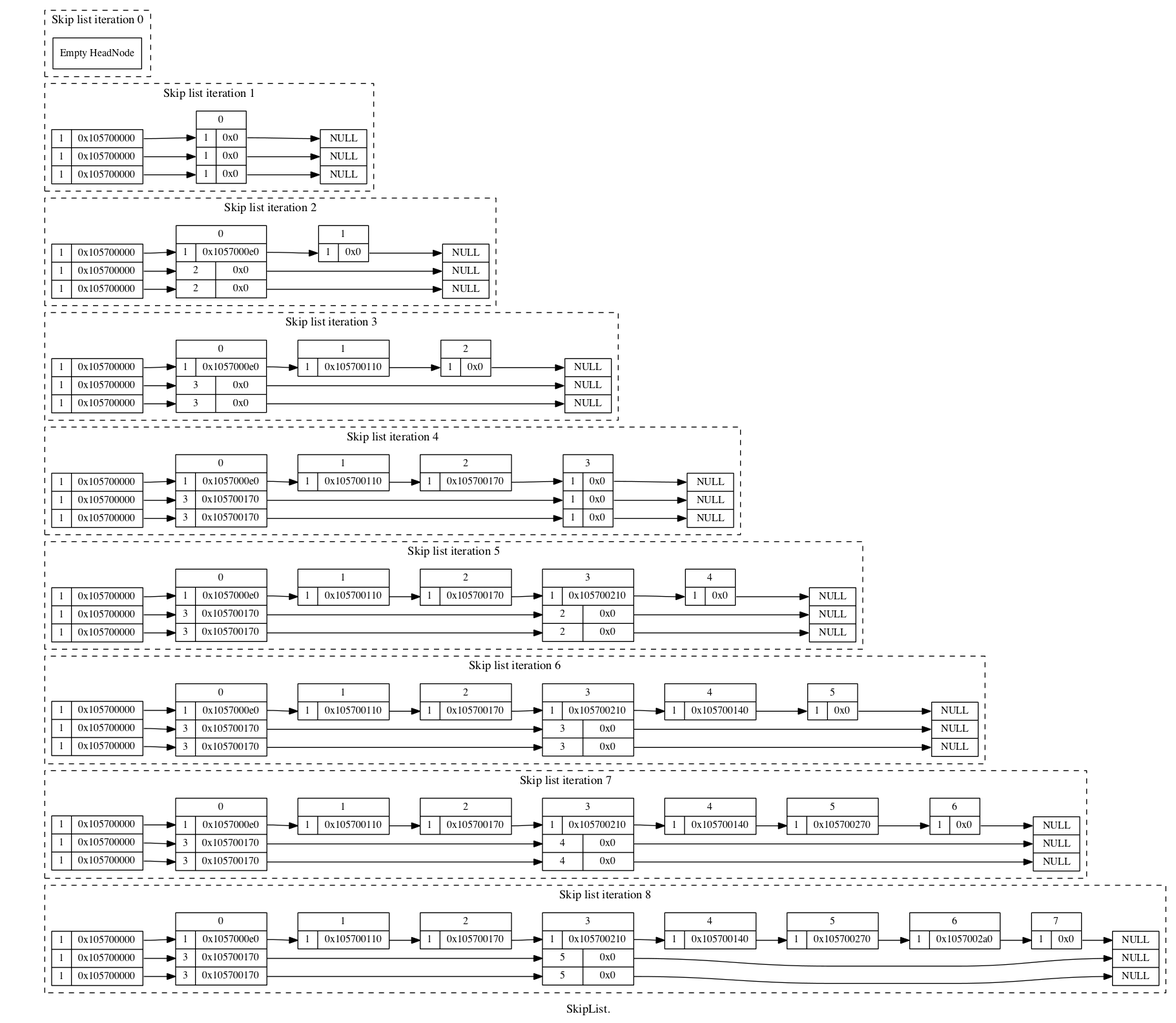
This is doc/skiplist_visualisation/dot/doc_insert_25_percent.png from paulross/skiplist, a Graphviz export, as it was before one commit. Its source is kept beside it as doc/skiplist_visualisation/dot/doc_insert_25_percent.dot.
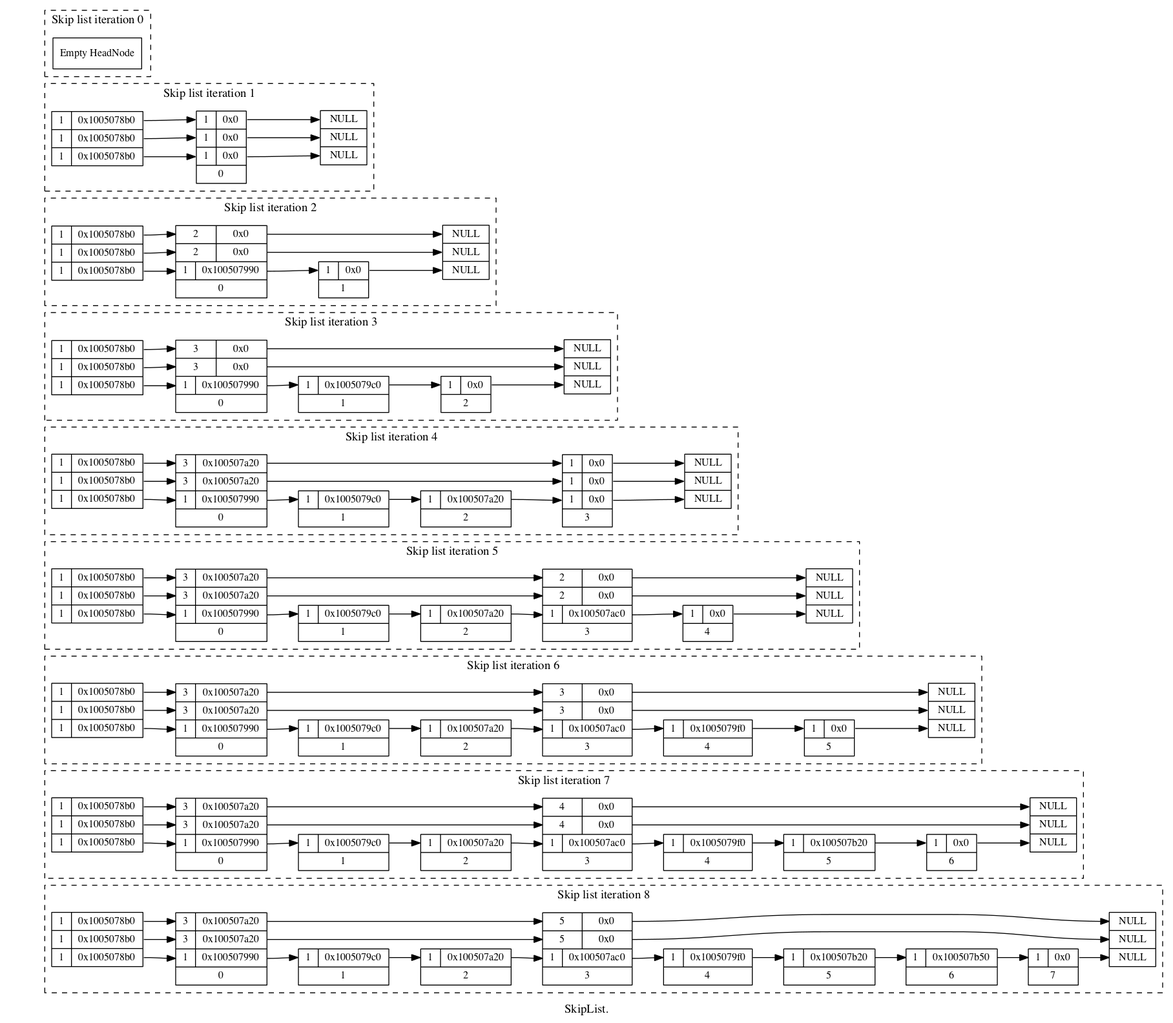
After the change.

Diff of the diagram source:
```diff
@@ -7,320 +7,347 @@
 subgraph cluster0 {
 style=dashed
 label="Skip list iteration 0"
+
 "HeadNode0" [
 label = "Empty HeadNode"
 shape = "record"
 ];
+
+
 }
 
 subgraph cluster1 {
 style=dashed
 label="Skip list iteration 1"
+
 "HeadNode1" [
-label = "{ 1 | <f0> 0x105700000} | { 1 | <f1> 0x105700000} | { 1 | <f2> 0x105700000}"
+label = "{ 1 | <f3> 0x1005078b0} | { 1 | <f2> 0x1005078b0} | { 1 | <f1> 0x1005078b0}"
 shape = "record"
 ];
-"node10x0" [label = "<w1> NULL | <w2> NULL | <w3> NULL" shape = "record"];
-"HeadNode1":f0 -> "node10x105700000":w1 [];
-"HeadNode1":f1 -> "node10x105700000":w2 [];
-"HeadNode1":f2 -> "node10x105700000":w3 [];
-"node10x105700000" [
-label = "<f0> 0 | { <w1> 1 | <f1> 0x0 } | { <w2> 1 | <f2> 0x0 } | { <w3> 1 | <f3> 0x0 }"
+"HeadNode1":f1 -> "node10x1005078b0":w1 [];
+"HeadNode1":f2 -> "node10x1005078b0":w2 [];
+"HeadNode1":f3 -> "node10x1005078b0":w3 [];
+
+"node10x1005078b0" [
+label = " { <w3> 1 | <f3> 0x0 } | { <w2> 1 | <f2> 0x0 } | { <w1> 1 | <f1> 0x0 } | <f0> 0"
 shape = "record"
 ];
-"node10x105700000":f1 -> "node10x0":w1 [];
-"node10x105700000":f2 -> "node10x0":w2 [];
-"node10x105700000":f3 -> "node10x0":w3 [];
+"node10x1005078b0":f1 -> "node10x0":w1 [];
+"node10x1005078b0":f2 -> "node10x0":w2 [];
+"node10x1005078b0":f3 -> "node10x0":w3 [];
+
+"node10x0" [label = "<w3> NULL | <w2> NULL | <w1> NULL" shape = "record"];
 }
 
 subgraph cluster2 {
 style=dashed
 label="Skip list iteration 2"
+
 "HeadNode2" [
-label = "{ 1 | <f0> 0x105700000} | { 1 | <f1> 0x105700000} | { 1 | <f2> 0x105700000}"
+label = "{ 1 | <f3> 0x1005078b0} | { 1 | <f2> 0x1005078b0} | { 1 | <f1> 0x1005078b0}"
 shape = "record"
 ];
-"node20x0" [label = "<w1> NULL | <w2> NULL | <w3> NULL" shape = "record"];
-"HeadNode2":f0 -> "node20x105700000":w1 [];
-"HeadNode2":f1 -> "node20x105700000":w2 [];
-"HeadNode2":f2 -> "node20x105700000":w3 [];
-"node20x105700000" [
-label = "<f0> 0 | { <w1> 1 | <f1> 0x1057000e0 } | { <w2> 2 | <f2> 0x0 } | { <w3> 2 | <f3> 0x0 }"
+"HeadNode2":f1 -> "node20x1005078b0":w1 [];
+"HeadNode2":f2 -> "node20x1005078b0":w2 [];
+"HeadNode2":f3 -> "node20x1005078b0":w3 [];
+
+"node20x1005078b0" [
+label = " { <w3> 2 | <f3> 0x0 } | { <w2> 2 | <f2> 0x0 } | { <w1> 1 | <f1> 0x100507990 } | <f0> 0"
 shape = "record"
 ];
-"node20x105700000":f1 -> "node20x1057000e0":w1 [];
-"node20x105700000":f2 -> "node20x0":w2 [];
-"node20x105700000":f3 -> "node20x0":w3 [];
-"node20x1057000e0" [
-label = "<f0> 1 | { <w1> 1 | <f1> 0x0 }"
+"node20x1005078b0":f1 -> "node20x100507990":w1 [];
+"node20x1005078b0":f2 -> "node20x0":w2 [];
+"node20x1005078b0":f3 -> "node20x0":w3 [];
+"node20x100507990" [
+label = " { <w1> 1 | <f1> 0x0 } | <f0> 1"
 shape = "record"
 ];
-"node20x1057000e0":f1 -> "node20x0":w1 [];
+"node20x100507990":f1 -> "node20x0":w1 [];
+
+"node20x0" [label = "<w3> NULL | <w2> NULL | <w1> NULL" shape = "record"];
 }
 
 subgraph cluster3 {
 style=dashed
 label="Skip list iteration 3"
+
 "HeadNode3" [
-label = "{ 1 | <f0> 0x105700000} | { 1 | <f1> 0x105700000} | { 1 | <f2> 0x105700000}"
+label = "{ 1 | <f3> 0x1005078b0} | { 1 | <f2> 0x1005078b0} | { 1 | <f1> 0x1005078b0}"
 shape = "record"
 ];
-"node30x0" [label = "<w1> NULL | <w2> NULL | <w3> NULL" shape = "record"];
-"HeadNode3":f0 -> "node30x105700000":w1 [];
-"HeadNode3":f1 -> "node30x105700000":w2 [];
-"HeadNode3":f2 -> "node30x105700000":w3 [];
-"node30x105700000" [
-label = "<f0> 0 | { <w1> 1 | <f1> 0x1057000e0 } | { <w2> 3 | <f2> 0x0 } | { <w3> 3 | <f3> 0x0 }"
+"HeadNode3":f1 -> "node30x1005078b0":w1 [];
+"HeadNode3":f2 -> "node30x1005078b0":w2 [];
+"HeadNode3":f3 -> "node30x1005078b0":w3 [];
+
+"node30x1005078b0" [
+label = " { <w3> 3 | <f3> 0x0 } | { <w2> 3 | <f2> 0x0 } | { <w1> 1 | <f1> 0x100507990 } | <f0> 0"
 shape = "record"
 ];
-"node30x105700000":f1 -> "node30x1057000e0":w1 [];
-"node30x105700000":f2 -> "node30x0":w2 [];
-"node30x105700000":f3 -> "node30x0":w3 [];
-"node30x1057000e0" [
-label = "<f0> 1 | { <w1> 1 | <f1> 0x105700110 }"
+"node30x1005078b0":f1 -> "node30x100507990":w1 [];
+"node30x1005078b0":f2 -> "node30x0":w2 [];
+"node30x1005078b0":f3 -> "node30x0":w3 [];
+"node30x100507990" [
+label = " { <w1> 1 | <f1> 0x1005079c0 } | <f0> 1"
 shape = "record"
 ];
-"node30x1057000e0":f1 -> "node30x105700110":w1 [];
-"node30x105700110" [
-label = "<f0> 2 | { <w1> 1 | <f1> 0x0 }"
+"node30x100507990":f1 -> "node30x1005079c0":w1 [];
+"node30x1005079c0" [
+label = " { <w1> 1 | <f1> 0x0 } | <f0> 2"
 shape = "record"
 ];
-"node30x105700110":f1 -> "node30x0":w1 [];
+"node30x1005079c0":f1 -> "node30x0":w1 [];
+
+"node30x0" [label = "<w3> NULL | <w2> NULL | <w1> NULL" shape = "record"];
 }
 
 subgraph cluster4 {
 style=dashed
 label="Skip list iteration 4"
+
 "HeadNode4" [
-label = "{ 1 | <f0> 0x105700000} | { 1 | <f1> 0x105700000} | { 1 | <f2> 0x105700000}"
+label = "{ 1 | <f3> 0x1005078b0} | { 1 | <f2> 0x1005078b0} | { 1 | <f1> 0x1005078b0}"
 shape = "record"
 ];
-"node40x0" [label = "<w1> NULL | <w2> NULL | <w3> NULL" shape = "record"];
-"HeadNode4":f0 -> "node40x105700000":w1 [];
-"HeadNode4":f1 -> "node40x105700000":w2 [];
-"HeadNode4":f2 -> "node40x105700000":w3 [];
-"node40x105700000" [
-label = "<f0> 0 | { <w1> 1 | <f1> 0x1057000e0 } | { <w2> 3 | <f2> 0x105700170 } | { <w3> 3 | <f3> 0x105700170 }"
+"HeadNode4":f1 -> "node40x1005078b0":w1 [];
+"HeadNode4":f2 -> "node40x1005078b0":w2 [];
+"HeadNode4":f3 -> "node40x1005078b0":w3 [];
+
+"node40x1005078b0" [
+label = " { <w3> 3 | <f3> 0x100507a20 } | { <w2> 3 | <f2> 0x100507a20 } | { <w1> 1 | <f1> 0x100507990 } | <f0> 0"
 shape = "record"
 ];
-"node40x105700000":f1 -> "node40x1057000e0":w1 [];
-"node40x105700000":f2 -> "node40x105700170":w2 [];
-"node40x105700000":f3 -> "node40x105700170":w3 [];
-"node40x1057000e0" [
-label = "<f0> 1 | { <w1> 1 | <f1> 0x105700110 }"
+"node40x1005078b0":f1 -> "node40x100507990":w1 [];
+"node40x1005078b0":f2 -> "node40x100507a20":w2 [];
+"node40x1005078b0":f3 -> "node40x100507a20":w3 [];
+"node40x100507990" [
+label = " { <w1> 1 | <f1> 0x1005079c0 } | <f0> 1"
 shape = "record"
 ];
-"node40x1057000e0":f1 -> "node40x105700110":w1 [];
-"node40x105700110" [
-label = "<f0> 2 | { <w1> 1 | <f1> 0x105700170 }"
+"node40x100507990":f1 -> "node40x1005079c0":w1 [];
+"node40x1005079c0" [
+label = " { <w1> 1 | <f1> 0x100507a20 } | <f0> 2"
 shape = "record"
 ];
-"node40x105700110":f1 -> "node40x105700170":w1 [];
-"node40x105700170" [
-label = "<f0> 3 | { <w1> 1 | <f1> 0x0 } | { <w2> 1 | <f2> 0x0 } | { <w3> 1 | <f3> 0x0 }"
+"node40x1005079c0":f1 -> "node40x100507a20":w1 [];
+"node40x100507a20" [
+label = " { <w3> 1 | <f3> 0x0 } | { <w2> 1 | <f2> 0x0 } | { <w1> 1 | <f1> 0x0 } | <f0> 3"
 shape = "record"
 ];
-"node40x105700170":f1 -> "node40x0":w1 [];
-"node40x105700170":f2 -> "node40x0":w2 [];
-"node40x105700170":f3 -> "node40x0":w3 [];
+"node40x100507a20":f1 -> "node40x0":w1 [];
+"node40x100507a20":f2 -> "node40x0":w2 [];
+"node40x100507a20":f3 -> "node40x0":w3 [];
+
+"node40x0" [label = "<w3> NULL | <w2> NULL | <w1> NULL" shape = "record"];
 }
 
 subgraph cluster5 {
 style=dashed
 label="Skip list iteration 5"
+
 "HeadNode5" [
-label = "{ 1 | <f0> 0x105700000} | { 1 | <f1> 0x105700000} | { 1 | <f2> 0x105700000}"
+label = "{ 1 | <f3> 0x1005078b0} | { 1 | <f2> 0x1005078b0} | { 1 | <f1> 0x1005078b0}"
 shape = "record"
 ];
-"node50x0" [label = "<w1> NULL | <w2> NULL | <w3> NULL" shape = "record"];
-"HeadNode5":f0 -> "node50x105700000":w1 [];
-"HeadNode5":f1 -> "node50x105700000":w2 [];
-"HeadNode5":f2 -> "node50x105700000":w3 [];
-"node50x105700000" [
-label = "<f0> 0 | { <w1> 1 | <f1> 0x1057000e0 } | { <w2> 3 | <f2> 0x105700170 } | { <w3> 3 | <f3> 0x105700170 }"
+"HeadNode5":f1 -> "node50x1005078b0":w1 [];
+"HeadNode5":f2 -> "node50x1005078b0":w2 [];
+"HeadNode5":f3 -> "node50x1005078b0":w3 [];
+
+"node50x1005078b0" [
+label = " { <w3> 3 | <f3> 0x100507a20 } | { <w2> 3 | <f2> 0x100507a20 } | { <w1> 1 | <f1> 0x100507990 } | <f0> 0"
 shape = "record"
 ];
-"node50x105700000":f1 -> "node50x1057000e0":w1 [];
-"node50x105700000":f2 -> "node50x105700170":w2 [];
-"node50x105700000":f3 -> "node50x105700170":w3 [];
-"node50x1057000e0" [
-label = "<f0> 1 | { <w1> 1 | <f1> 0x105700110 }"
+"node50x1005078b0":f1 -> "node50x100507990":w1 [];
+"node50x1005078b0":f2 -> "node50x100507a20":w2 [];
+"node50x1005078b0":f3 -> "node50x100507a20":w3 [];
+"node50x100507990" [
+label = " { <w1> 1 | <f1> 0x1005079c0 } | <f0> 1"
 shape = "record"
 ];
-"node50x1057000e0":f1 -> "node50x105700110":w1 [];
-"node50x105700110" [
-label = "<f0> 2 | { <w1> 1 | <f1> 0x105700170 }"
+"node50x100507990":f1 -> "node50x1005079c0":w1 [];
+"node50x1005079c0" [
+label = " { <w1> 1 | <f1> 0x100507a20 } | <f0> 2"
 shape = "record"
 ];
-"node50x105700110":f1 -> "node50x105700170":w1 [];
-"node50x105700170" [
-label = "<f0> 3 | { <w1> 1 | <f1> 0x105700210 } | { <w2> 2 | <f2> 0x0 } | { <w3> 2 | <f3> 0x0 }"
+"node50x1005079c0":f1 -> "node50x100507a20":w1 [];
+"node50x100507a20" [
+label = " { <w3> 2 | <f3> 0x0 } | { <w2> 2 | <f2> 0x0 } | { <w1> 1 | <f1> 0x100507ac0 } | <f0> 3"
 shape = "record"
 ];
-"node50x105700170":f1 -> "node50x105700210":w1 [];
-"node50x105700170":f2 -> "node50x0":w2 [];
-"node50x105700170":f3 -> "node50x0":w3 [];
-"node50x105700210" [
-label = "<f0> 4 | { <w1> 1 | <f1> 0x0 }"
+"node50x100507a20":f1 -> "node50x100507ac0":w1 [];
+"node50x100507a20":f2 -> "node50x0":w2 [];
+"node50x100507a20":f3 -> "node50x0":w3 [];
+"node50x100507ac0" [
+label = " { <w1> 1 | <f1> 0x0 } | <f0> 4"
 shape = "record"
 ];
-"node50x105700210":f1 -> "node50x0":w1 [];
+"node50x100507ac0":f1 -> "node50x0":w1 [];
+
+"node50x0" [label = "<w3> NULL | <w2> NULL | <w1> NULL" shape = "record"];
 }
 
 subgraph cluster6 {
 style=dashed
 label="Skip list iteration 6"
+
 "HeadNode6" [
-label = "{ 1 | <f0> 0x105700000} | { 1 | <f1> 0x105700000} | { 1 | <f2> 0x105700000}"
+label = "{ 1 | <f3> 0x1005078b0} | { 1 | <f2> 0x1005078b0} | { 1 | <f1> 0x1005078b0}"
 shape = "record"
 ];
-"node60x0" [label = "<w1> NULL | <w2> NULL | <w3> NULL" shape = "record"];
-"HeadNode6":f0 -> "node60x105700000":w1 [];
-"HeadNode6":f1 -> "node60x105700000":w2 [];
-"HeadNode6":f2 -> "node60x105700000":w3 [];
-"node60x105700000" [
-label = "<f0> 0 | { <w1> 1 | <f1> 0x1057000e0 } | { <w2> 3 | <f2> 0x105700170 } | { <w3> 3 | <f3> 0x105700170 }"
+"HeadNode6":f1 -> "node60x1005078b0":w1 [];
+"HeadNode6":f2 -> "node60x1005078b0":w2 [];
+"HeadNode6":f3 -> "node60x1005078b0":w3 [];
+
+"node60x1005078b0" [
+label = " { <w3> 3 | <f3> 0x100507a20 } | { <w2> 3 | <f2> 0x100507a20 } | { <w1> 1 | <f1> 0x100507990 } | <f0> 0"
 shape = "record"
 ];
-"node60x105700000":f1 -> "node60x1057000e0":w1 [];
-"node60x105700000":f2 -> "node60x105700170":w2 [];
-"node60x105700000":f3 -> "node60x105700170":w3 [];
-"node60x1057000e0" [
-label = "<f0> 1 | { <w1> 1 | <f1> 0x105700110 }"
+"node60x1005078b0":f1 -> "node60x100507990":w1 [];
+"node60x1005078b0":f2 -> "node60x100507a20":w2 [];
+"node60x1005078b0":f3 -> "node60x100507a20":w3 [];
+"node60x100507990" [
+label = " { <w1> 1 | <f1> 0x1005079c0 } | <f0> 1"
 shape = "record"
 ];
-"node60x1057000e0":f1 -> "node60x105700110":w1 [];
-"node60x105700110" [
-label = "<f0> 2 | { <w1> 1 | <f1> 0x105700170 }"
+"node60x100507990":f1 -> "node60x1005079c0":w1 [];
+"node60x1005079c0" [
+label = " { <w1> 1 | <f1> 0x100507a20 } | <f0> 2"
 shape = "record"
 ];
-"node60x105700110":f1 -> "node60x105700170":w1 [];
-"node60x105700170" [
-label = "<f0> 3 | { <w1> 1 | <f1> 0x105700210 } | { <w2> 3 | <f2> 0x0 } | { <w3> 3 | <f3> 0x0 }"
+"node60x1005079c0":f1 -> "node60x100507a20":w1 [];
+"node60x100507a20" [
+label = " { <w3> 3 | <f3> 0x0 } | { <w2> 3 | <f2> 0x0 } | { <w1> 1 | <f1> 0x100507ac0 } | <f0> 3"
 shape = "record"
 ];
-"node60x105700170":f1 -> "node60x105700210":w1 [];
-"node60x105700170":f2 -> "node60x0":w2 [];
-"node60x105700170":f3 -> "node60x0":w3 [];
-"node60x105700210" [
-label = "<f0> 4 | { <w1> 1 | <f1> 0x105700140 }"
+"node60x100507a20":f1 -> "node60x100507ac0":w1 [];
+"node60x100507a20":f2 -> "node60x0":w2 [];
+"node60x100507a20":f3 -> "node60x0":w3 [];
+"node60x100507ac0" [
+label = " { <w1> 1 | <f1> 0x1005079f0 } | <f0> 4"
 shape = "record"
 ];
-"node60x105700210":f1 -> "node60x105700140":w1 [];
-"node60x105700140" [
-label = "<f0> 5 | { <w1> 1 | <f1> 0x0 }"
+"node60x100507ac0":f1 -> "node60x1005079f0":w1 [];
+"node60x1005079f0" [
+label = " { <w1> 1 | <f1> 0x0 } | <f0> 5"
 shape = "record"
 ];
-"node60x105700140":f1 -> "node60x0":w1 [];
+"node60x1005079f0":f1 -> "node60x0":w1 [];
+
+"node60x0" [label = "<w3> NULL | <w2> NULL | <w1> NULL" shape = "record"];
 }
 
 subgraph cluster7 {
 style=dashed
 label="Skip list iteration 7"
+
 "HeadNode7" [
-label = "{ 1 | <f0> 0x105700000} | { 1 | <f1> 0x105700000} | { 1 | <f2> 0x105700000}"
+label = "{ 1 | <f3> 0x1005078b0} | { 1 | <f2> 0x1005078b0} | { 1 | <f1> 0x1005078b0}"
 shape = "record"
 ];
-"node70x0" [label = "<w1> NULL | <w2> NULL | <w3> NULL" shape = "record"];
-"HeadNode7":f0 -> "node70x105700000":w1 [];
-"HeadNode7":f1 -> "node70x105700000":w2 [];
-"HeadNode7":f2 -> "node70x105700000":w3 [];
-"node70x105700000" [
-label = "<f0> 0 | { <w1> 1 | <f1> 0x1057000e0 } | { <w2> 3 | <f2> 0x105700170 } | { <w3> 3 | <f3> 0x105700170 }"
+"HeadNode7":f1 -> "node70x1005078b0":w1 [];
+"HeadNode7":f2 -> "node70x1005078b0":w2 [];
+"HeadNode7":f3 -> "node70x1005078b0":w3 [];
+
+"node70x1005078b0" [
+label = " { <w3> 3 | <f3> 0x100507a20 } | { <w2> 3 | <f2> 0x100507a20 } | { <w1> 1 | <f1> 0x100507990 } | <f0> 0"
 shape = "record"
 ];
-"node70x105700000":f1 -> "node70x1057000e0":w1 [];
-"node70x105700000":f2 -> "node70x105700170":w2 [];
-"node70x105700000":f3 -> "node70x105700170":w3 [];
-"node70x1057000e0" [
-label = "<f0> 1 | { <w1> 1 | <f1> 0x105700110 }"
+"node70x1005078b0":f1 -> "node70x100507990":w1 [];
+"node70x1005078b0":f2 -> "node70x100507a20":w2 [];
+"node70x1005078b0":f3 -> "node70x100507a20":w3 [];
+"node70x100507990" [
+label = " { <w1> 1 | <f1> 0x1005079c0 } | <f0> 1"
 shape = "record"
 ];
-"node70x1057000e0":f1 -> "node70x105700110":w1 [];
-"node70x105700110" [
-label = "<f0> 2 | { <w1> 1 | <f1> 0x105700170 }"
+"node70x100507990":f1 -> "node70x1005079c0":w1 [];
+"node70x1005079c0" [
+label = " { <w1> 1 | <f1> 0x100507a20 } | <f0> 2"
 shape = "record"
 ];
-"node70x105700110":f1 -> "node70x105700170":w1 [];
-"node70x105700170" [
-label = "<f0> 3 | { <w1> 1 | <f1> 0x105700210 } | { <w2> 4 | <f2> 0x0 } | { <w3> 4 | <f3> 0x0 }"
+"node70x1005079c0":f1 -> "node70x100507a20":w1 [];
+"node70x100507a20" [
+label = " { <w3> 4 | <f3> 0x0 } | { <w2> 4 | <f2> 0x0 } | { <w1> 1 | <f1> 0x100507ac0 } | <f0> 3"
 shape = "record"
 ];
-"node70x105700170":f1 -> "node70x105700210":w1 [];
-"node70x105700170":f2 -> "node70x0":w2 [];
-"node70x105700170":f3 -> "node70x0":w3 [];
-"node70x105700210" [
-label = "<f0> 4 | { <w1> 1 | <f1> 0x105700140 }"
+"node70x100507a20":f1 -> "node70x100507ac0":w1 [];
+"node70x100507a20":f2 -> "node70x0":w2 [];
+"node70x100507a20":f3 -> "node70x0":w3 [];
+"node70x100507ac0" [
+label = " { <w1> 1 | <f1> 0x1005079f0 } | <f0> 4"
 shape = "record"
 ];
-"node70x105700210":f1 -> "node70x105700140":w1 [];
-"node70x105700140" [
-label = "<f0> 5 | { <w1> 1 | <f1> 0x105700270 }"
+"node70x100507ac0":f1 -> "node70x1005079f0":w1 [];
+"node70x1005079f0" [
+label = " { <w1> 1 | <f1> 0x100507b20 } | <f0> 5"
 shape = "record"
 ];
-"node70x105700140":f1 -> "node70x105700270":w1 [];
-"node70x105700270" [
-label = "<f0> 6 | { <w1> 1 | <f1> 0x0 }"
+"node70x1005079f0":f1 -> "node70x100507b20":w1 [];
+"node70x100507b20" [
+label = " { <w1> 1 | <f1> 0x0 } | <f0> 6"
 shape = "record"
 ];
-"node70x105700270":f1 -> "node70x0":w1 [];
+"node70x100507b20":f1 -> "node70x0":w1 [];
+
+"node70x0" [label = "<w3> NULL | <w2> NULL | <w1> NULL" shape = "record"];
 }
 
 subgraph cluster8 {
 style=dashed
 label="Skip list iteration 8"
+
 "HeadNode8" [
-label = "{ 1 | <f0> 0x105700000} | { 1 | <f1> 0x105700000} | { 1 | <f2> 0x105700000}"
+label = "{ 1 | <f3> 0x1005078b0} | { 1 | <f2> 0x1005078b0} | { 1 | <f1> 0x1005078b0}"
 shape = "record"
 ];
-"node80x0" [label = "<w1> NULL | <w2> NULL | <w3> NULL" shape = "record"];
-"HeadNode8":f0 -> "node80x105700000":w1 [];
-"HeadNode8":f1 -> "node80x105700000":w2 [];
-"HeadNode8":f2 -> "node80x105700000":w3 [];
-"node80x105700000" [
-label = "<f0> 0 | { <w1> 1 | <f1> 0x1057000e0 } | { <w2> 3 | <f2> 0x105700170 } | { <w3> 3 | <f3> 0x105700170 }"
+"HeadNode8":f1 -> "node80x1005078b0":w1 [];
+"HeadNode8":f2 -> "node80x1005078b0":w2 [];
+"HeadNode8":f3 -> "node80x1005078b0":w3 [];
+
+"node80x1005078b0" [
+label = " { <w3> 3 | <f3> 0x100507a20 } | { <w2> 3 | <f2> 0x100507a20 } | { <w1> 1 | <f1> 0x100507990 } | <f0> 0"
 shape = "record"
 ];
-"node80x105700000":f1 -> "node80x1057000e0":w1 [];
-"node80x105700000":f2 -> "node80x105700170":w2 [];
-"node80x105700000":f3 -> "node80x105700170":w3 [];
-"node80x1057000e0" [
-label = "<f0> 1 | { <w1> 1 | <f1> 0x105700110 }"
+"node80x1005078b0":f1 -> "node80x100507990":w1 [];
+"node80x1005078b0":f2 -> "node80x100507a20":w2 [];
+"node80x1005078b0":f3 -> "node80x100507a20":w3 [];
+"node80x100507990" [
+label = " { <w1> 1 | <f1> 0x1005079c0 } | <f0> 1"
 shape = "record"
 ];
-"node80x1057000e0":f1 -> "node80x105700110":w1 [];
-"node80x105700110" [
-label = "<f0> 2 | { <w1> 1 | <f1> 0x105700170 }"
+"node80x100507990":f1 -> "node80x1005079c0":w1 [];
+"node80x1005079c0" [
+label = " { <w1> 1 | <f1> 0x100507a20 } | <f0> 2"
 shape = "record"
 ];
-"node80x105700110":f1 -> "node80x105700170":w1 [];
-"node80x105700170" [
-label = "<f0> 3 | { <w1> 1 | <f1> 0x105700210 } | { <w2> 5 | <f2> 0x0 } | { <w3> 5 | <f3> 0x0 }"
+"node80x1005079c0":f1 -> "node80x100507a20":w1 [];
+"node80x100507a20" [
+label = " { <w3> 5 | <f3> 0x0 } | { <w2> 5 | <f2> 0x0 } | { <w1> 1 | <f1> 0x100507ac0 } | <f0> 3"
 shape = "record"
 ];
-"node80x105700170":f1 -> "node80x105700210":w1 [];
-"node80x105700170":f2 -> "node80x0":w2 [];
-"node80x105700170":f3 -> "node80x0":w3 [];
-"node80x105700210" [
-label = "<f0> 4 | { <w1> 1 | <f1> 0x105700140 }"
+"node80x100507a20":f1 -> "node80x100507ac0":w1 [];
+"node80x100507a20":f2 -> "node80x0":w2 [];
+"node80x100507a20":f3 -> "node80x0":w3 [];
+"node80x100507ac0" [
+label = " { <w1> 1 | <f1> 0x1005079f0 } | <f0> 4"
 shape = "record"
 ];
-"node80x105700210":f1 -> "node80x105700140":w1 [];
-"node80x105700140" [
-label = "<f0> 5 | { <w1> 1 | <f1> 0x105700270 }"
+"node80x100507ac0":f1 -> "node80x1005079f0":w1 [];
+"node80x1005079f0" [
+label = " { <w1> 1 | <f1> 0x100507b20 } | <f0> 5"
 shape = "record"
 ];
-"node80x105700140":f1 -> "node80x105700270":w1 [];
-"node80x105700270" [
-label = "<f0> 6 | { <w1> 1 | <f1> 0x1057002a0 }"
+"node80x1005079f0":f1 -> "node80x100507b20":w1 [];
+"node80x100507b20" [
+label = " { <w1> 1 | <f1> 0x100507b50 } | <f0> 6"
 shape = "record"
 ];
-"node80x105700270":f1 -> "node80x1057002a0":w1 [];
-"node80x1057002a0" [
-label = "<f0> 7 | { <w1> 1 | <f1> 0x0 }"
+"node80x100507b20":f1 -> "node80x100507b50":w1 [];
+"node80x100507b50" [
+label = " { <w1> 1 | <f1> 0x0 } | <f0> 7"
 shape = "record"
 ];
-"node80x1057002a0":f1 -> "node80x0":w1 [];
+"node80x100507b50":f1 -> "node80x0":w1 [];
+
+"node80x0" [label = "<w3> NULL | <w2> NULL | <w1> NULL" shape = "record"];
 }
 
 node0 [shape=record, label = "<f0> | <f1> | <f2> | <f3> | <f4> | <f5> | <f6> | <f7> | <f8> | ", style=invis, width=0.01];
```
